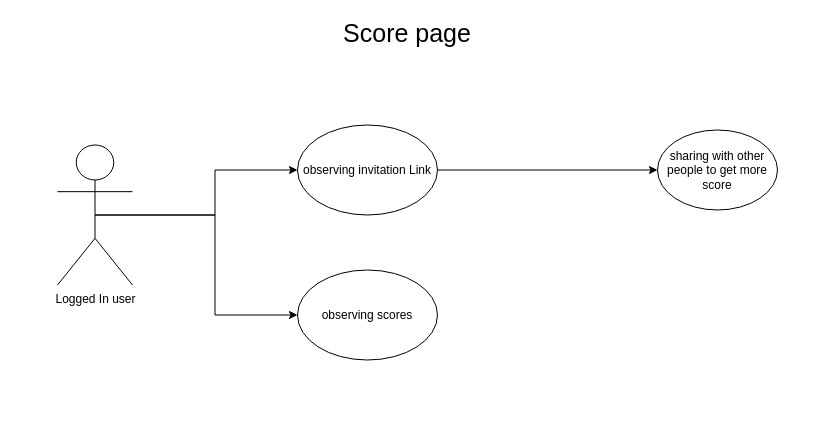
Before: Use-case/score-page.drawio in kargaranamir/Travelink, a draw.io diagram. Source tidied: cells renumbered, new cells numbered last; positions are measured from the earlier drawing's top-left corner, leaving out a move shared by most shapes. Both pictures are drawn from the tidied source at 100%, with x=0, y=0 at pixel (57, 22).
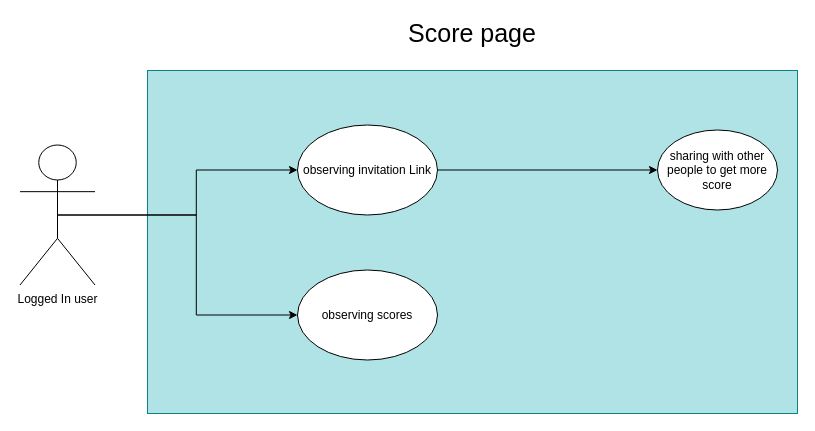
After the change.

Change to the diagram source:
```diff
@@
 <mxGraphModel>
   <root>
     <mxCell id="0" />
     <mxCell id="1" parent="0" />
+    <mxCell id="9" value="&lt;font style=&quot;font-size: 25px&quot;&gt;Score page&lt;/font&gt;" style="text;html=1;strokeColor=none;fillColor=none;align=center;verticalAlign=middle;whiteSpace=wrap;rounded=0;" parent="1" vertex="1">
+      <mxGeometry x="325" width="180" height="20" as="geometry" />
+    </mxCell>
+    <mxCell id="10" style="rounded=0;whiteSpace=wrap;html=1;fontSize=14;fillColor=#b0e3e6;strokeColor=#0e8088;" parent="1" vertex="1">
+      <mxGeometry x="90" y="48" width="650" height="343" as="geometry" />
+    </mxCell>
     <mxCell id="2" style="edgeStyle=orthogonalEdgeStyle;rounded=0;jettySize=auto;html=1;exitX=0.5;exitY=0.5;exitDx=0;exitDy=0;exitPerimeter=0;entryX=0;entryY=0.5;entryDx=0;entryDy=0;" parent="1" edge="1" source="4" target="6">
       <mxGeometry relative="1" as="geometry" />
     </mxCell>
     <mxCell id="3" style="edgeStyle=orthogonalEdgeStyle;rounded=0;jettySize=auto;html=1;exitX=0.5;exitY=0.5;exitDx=0;exitDy=0;exitPerimeter=0;entryX=0;entryY=0.5;entryDx=0;entryDy=0;" parent="1" edge="1" source="4" target="8">
       <mxGeometry relative="1" as="geometry" />
     </mxCell>
     <mxCell id="4" value="Logged In user" style="shape=umlActor;verticalLabelPosition=bottom;labelBackgroundColor=#ffffff;verticalAlign=top;html=1;outlineConnect=0;" parent="1" vertex="1">
-      <mxGeometry y="122.5" width="75" height="140" as="geometry" />
+      <mxGeometry x="-37.5" y="122.5" width="75" height="140" as="geometry" />
     </mxCell>
     <mxCell id="5" style="edgeStyle=orthogonalEdgeStyle;rounded=0;jettySize=auto;html=1;exitX=1;exitY=0.5;exitDx=0;exitDy=0;entryX=0;entryY=0.5;entryDx=0;entryDy=0;" parent="1" edge="1" source="6" target="7">
       <mxGeometry relative="1" as="geometry" />
     </mxCell>
     <mxCell id="6" value="observing invitation Link" style="ellipse;whiteSpace=wrap;html=1;" parent="1" vertex="1">
       <mxGeometry x="240" y="102.5" width="140" height="90" as="geometry" />
     </mxCell>
     <mxCell id="7" value="sharing with other people to get more score&lt;br&gt;" style="ellipse;whiteSpace=wrap;html=1;" parent="1" vertex="1">
       <mxGeometry x="600" y="107.5" width="120" height="80" as="geometry" />
     </mxCell>
     <mxCell id="8" value="observing scores&lt;br&gt;" style="ellipse;whiteSpace=wrap;html=1;" parent="1" vertex="1">
       <mxGeometry x="240" y="247.5" width="140" height="90" as="geometry" />
     </mxCell>
-    <mxCell id="9" value="&lt;font style=&quot;font-size: 25px&quot;&gt;Score page&lt;/font&gt;" style="text;html=1;strokeColor=none;fillColor=none;align=center;verticalAlign=middle;whiteSpace=wrap;rounded=0;" parent="1" vertex="1">
-      <mxGeometry x="260" width="180" height="20" as="geometry" />
-    </mxCell>
   </root>
 </mxGraphModel>
```
